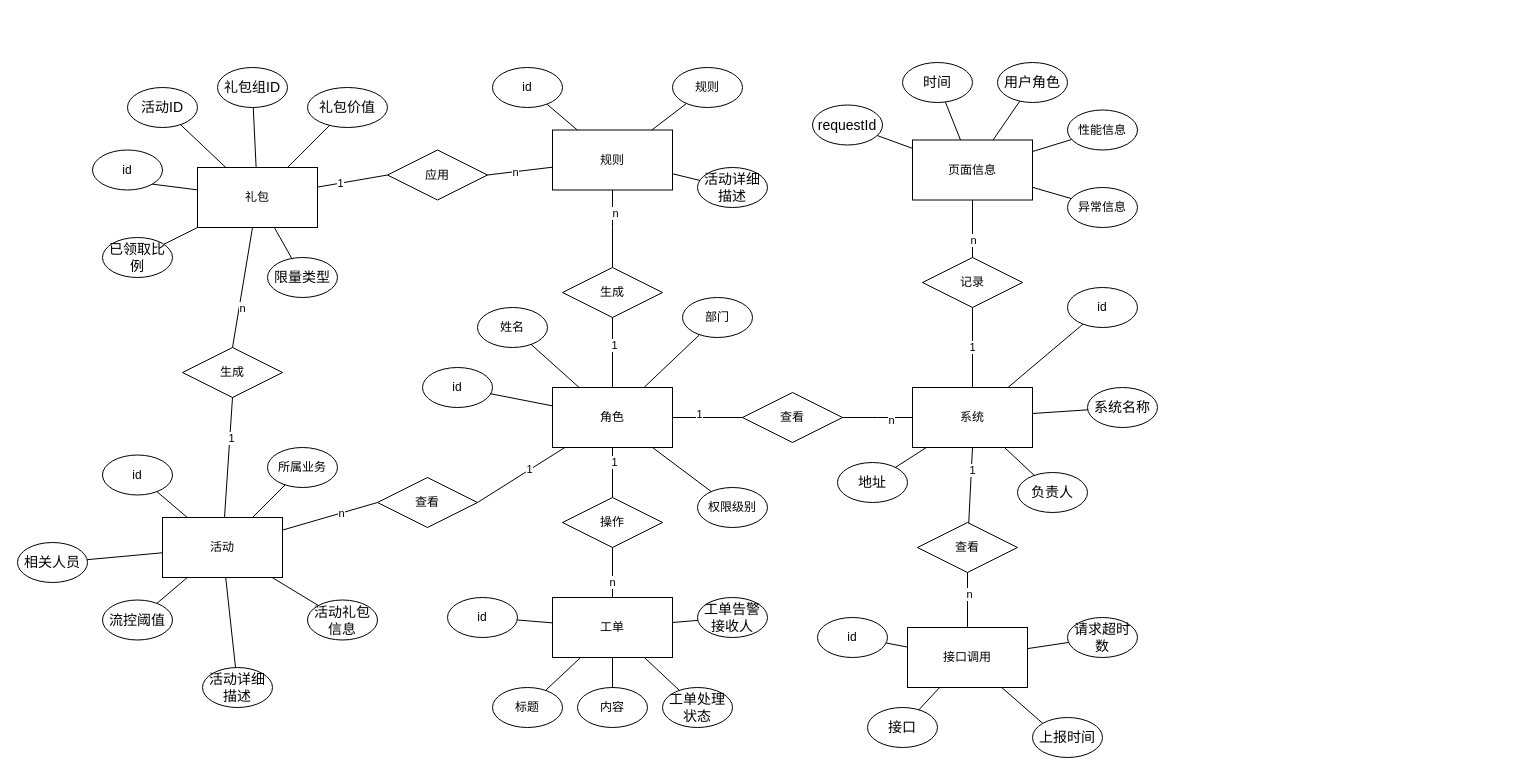
Earlier version of the draw.io diagram 数据库E-R图.drawio (FelixTt/repositoryForDraw.io). Source tidied: cells renumbered, new cells numbered last; positions are measured from the earlier drawing's top-left corner, leaving out a move shared by most shapes. Both pictures are drawn from the tidied source at 100%, with x=0, y=0 at pixel (17, 62).
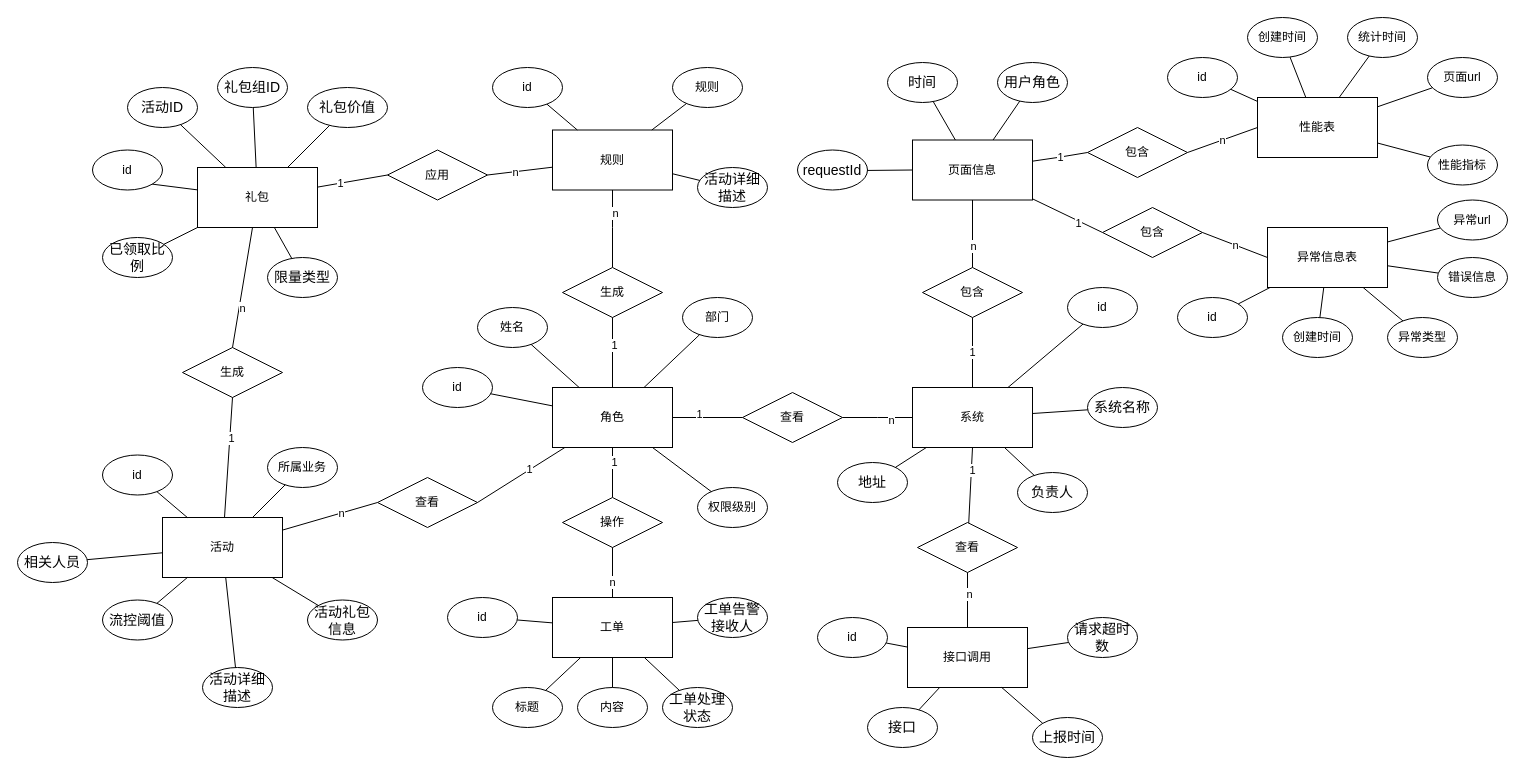
Above is the later version.

Commit message (it also covers changes not shown here):
更新数据库E-R图.drawio

The change refers to these unchanged cells:
```xml
<mxCell id="6" value="页面信息" style="rounded=0;whiteSpace=wrap;html=1;" parent="1" vertex="1">
  <mxGeometry x="895" y="77.5" width="120" height="60" as="geometry" />
</mxCell>
```

What changed in the source:
```diff
@@
-    <mxCell id="38" value="记录" style="rhombus;whiteSpace=wrap;html=1;" parent="1" vertex="1">
-      <mxGeometry x="905" y="195" width="100" height="50" as="geometry" />
+    <mxCell id="38" value="包含" style="rhombus;whiteSpace=wrap;html=1;" parent="1" vertex="1">
+      <mxGeometry x="905" y="205" width="100" height="50" as="geometry" />
     </mxCell>
@@
     <mxCell id="86" value="&lt;p class=&quot;MsoNormal&quot;&gt;&lt;span style=&quot;mso-spacerun:'yes';font-family:宋体;font-size:10.5000pt;&lt;br/&gt;mso-font-kerning:1.0000pt;&quot;&gt;requestId&lt;/span&gt;&lt;/p&gt;" style="ellipse;whiteSpace=wrap;html=1;" parent="1" vertex="1">
-      <mxGeometry x="795" y="42.5" width="70" height="40" as="geometry" />
+      <mxGeometry x="780" y="87.5" width="70" height="40" as="geometry" />
     </mxCell>
     <mxCell id="87" value="&lt;p class=&quot;MsoNormal&quot;&gt;&lt;span style=&quot;mso-spacerun:'yes';font-family:宋体;font-size:10.5000pt;&lt;br/&gt;mso-font-kerning:1.0000pt;&quot;&gt;时间&lt;/span&gt;&lt;/p&gt;" style="ellipse;whiteSpace=wrap;html=1;" parent="1" vertex="1">
-      <mxGeometry x="885" width="70" height="40" as="geometry" />
+      <mxGeometry x="870" width="70" height="40" as="geometry" />
     </mxCell>
@@
-    <mxCell id="89" value="&lt;p class=&quot;MsoNormal&quot;&gt;&lt;span&gt;异常信息&lt;/span&gt;&lt;/p&gt;" style="ellipse;whiteSpace=wrap;html=1;" parent="1" vertex="1">
-      <mxGeometry x="1050" y="125" width="70" height="40" as="geometry" />
-    </mxCell>
@@
-    <mxCell id="93" style="endArrow=none;html=1;rounded=0;" parent="1" edge="1" source="89" target="6">
+    <mxCell id="93" style="endArrow=none;html=1;rounded=0;exitX=0;exitY=0.5;exitDx=0;exitDy=0;" parent="1" edge="1" source="133" target="6">
       <mxGeometry relative="1" as="geometry" />
     </mxCell>
+    <mxCell id="123" value="1" style="edgeLabel;html=1;align=center;verticalAlign=middle;" parent="93" vertex="1">
+      <mxGeometry x="-0.32" y="2" relative="1" as="geometry" />
+    </mxCell>
@@
-    <mxCell id="121" value="&lt;p class=&quot;MsoNormal&quot;&gt;&lt;span&gt;性能信息&lt;/span&gt;&lt;/p&gt;" style="ellipse;whiteSpace=wrap;html=1;" parent="1" vertex="1">
-      <mxGeometry x="1050" y="47.5" width="70" height="40" as="geometry" />
-    </mxCell>
-    <mxCell id="122" style="endArrow=none;html=1;rounded=0;" parent="1" edge="1" source="6" target="121">
+    <mxCell id="122" value="n" style="endArrow=none;html=1;rounded=0;exitX=1;exitY=0.5;exitDx=0;exitDy=0;entryX=0;entryY=0.5;entryDx=0;entryDy=0;" parent="1" edge="1" source="131" target="124">
       <mxGeometry relative="1" as="geometry" />
     </mxCell>
+    <mxCell id="124" value="性能表" style="rounded=0;whiteSpace=wrap;html=1;" parent="1" vertex="1">
+      <mxGeometry x="1240" y="35" width="120" height="60" as="geometry" />
+    </mxCell>
+    <mxCell id="125" value="异常信息表" style="rounded=0;whiteSpace=wrap;html=1;" parent="1" vertex="1">
+      <mxGeometry x="1250" y="165" width="120" height="60" as="geometry" />
+    </mxCell>
+    <mxCell id="126" value="&lt;p class=&quot;MsoNormal&quot;&gt;&lt;span&gt;页面url&lt;/span&gt;&lt;/p&gt;" style="ellipse;whiteSpace=wrap;html=1;" parent="1" vertex="1">
+      <mxGeometry x="1410" y="-5" width="70" height="40" as="geometry" />
+    </mxCell>
+    <mxCell id="127" value="&lt;p class=&quot;MsoNormal&quot;&gt;&lt;span&gt;统计时间&lt;/span&gt;&lt;/p&gt;" style="ellipse;whiteSpace=wrap;html=1;" parent="1" vertex="1">
+      <mxGeometry x="1330" y="-45" width="70" height="40" as="geometry" />
+    </mxCell>
+    <mxCell id="128" value="&lt;p class=&quot;MsoNormal&quot;&gt;&lt;span&gt;创建时间&lt;/span&gt;&lt;/p&gt;" style="ellipse;whiteSpace=wrap;html=1;" parent="1" vertex="1">
+      <mxGeometry x="1230" y="-45" width="70" height="40" as="geometry" />
+    </mxCell>
+    <mxCell id="129" value="&lt;p class=&quot;MsoNormal&quot;&gt;&lt;span&gt;id&lt;/span&gt;&lt;/p&gt;" style="ellipse;whiteSpace=wrap;html=1;" parent="1" vertex="1">
+      <mxGeometry x="1150" y="-5" width="70" height="40" as="geometry" />
+    </mxCell>
+    <mxCell id="130" value="&lt;p class=&quot;MsoNormal&quot;&gt;&lt;span&gt;性能指标&lt;/span&gt;&lt;/p&gt;" style="ellipse;whiteSpace=wrap;html=1;" parent="1" vertex="1">
+      <mxGeometry x="1410" y="82.5" width="70" height="40" as="geometry" />
+    </mxCell>
+    <mxCell id="131" value="包含" style="rhombus;whiteSpace=wrap;html=1;" parent="1" vertex="1">
+      <mxGeometry x="1070" y="65" width="100" height="50" as="geometry" />
+    </mxCell>
+    <mxCell id="132" value="1" style="endArrow=none;html=1;rounded=0;entryX=0;entryY=0.5;entryDx=0;entryDy=0;" parent="1" edge="1" source="6" target="131">
+      <mxGeometry relative="1" as="geometry">
+        <Array as="points">
+          <mxPoint x="1040" y="95" />
+        </Array>
+      </mxGeometry>
+    </mxCell>
+    <mxCell id="133" value="包含" style="rhombus;whiteSpace=wrap;html=1;" parent="1" vertex="1">
+      <mxGeometry x="1085" y="145" width="100" height="50" as="geometry" />
+    </mxCell>
+    <mxCell id="134" value="n" style="endArrow=none;html=1;rounded=0;entryX=0;entryY=0.5;entryDx=0;entryDy=0;exitX=1;exitY=0.5;exitDx=0;exitDy=0;" parent="1" edge="1" source="133" target="125">
+      <mxGeometry relative="1" as="geometry" />
+    </mxCell>
+    <mxCell id="135" style="endArrow=none;html=1;rounded=0;" parent="1" edge="1" source="129" target="124">
+      <mxGeometry relative="1" as="geometry" />
+    </mxCell>
+    <mxCell id="136" style="endArrow=none;html=1;rounded=0;" parent="1" edge="1" source="128" target="124">
+      <mxGeometry relative="1" as="geometry" />
+    </mxCell>
+    <mxCell id="137" style="endArrow=none;html=1;rounded=0;" parent="1" edge="1" source="127" target="124">
+      <mxGeometry relative="1" as="geometry" />
+    </mxCell>
+    <mxCell id="138" style="endArrow=none;html=1;rounded=0;" parent="1" edge="1" source="126" target="124">
+      <mxGeometry relative="1" as="geometry" />
+    </mxCell>
+    <mxCell id="139" style="endArrow=none;html=1;rounded=0;" parent="1" edge="1" source="130" target="124">
+      <mxGeometry relative="1" as="geometry" />
+    </mxCell>
+    <mxCell id="140" value="&lt;p class=&quot;MsoNormal&quot;&gt;&lt;span&gt;id&lt;/span&gt;&lt;/p&gt;" style="ellipse;whiteSpace=wrap;html=1;" parent="1" vertex="1">
+      <mxGeometry x="1160" y="235" width="70" height="40" as="geometry" />
+    </mxCell>
+    <mxCell id="141" style="endArrow=none;html=1;rounded=0;" parent="1" edge="1" source="140" target="125">
+      <mxGeometry relative="1" as="geometry" />
+    </mxCell>
+    <mxCell id="142" value="&lt;p class=&quot;MsoNormal&quot;&gt;&lt;span&gt;创建时间&lt;/span&gt;&lt;/p&gt;" style="ellipse;whiteSpace=wrap;html=1;" parent="1" vertex="1">
+      <mxGeometry x="1265" y="255" width="70" height="40" as="geometry" />
+    </mxCell>
+    <mxCell id="143" value="&lt;p class=&quot;MsoNormal&quot;&gt;&lt;span&gt;异常类型&lt;/span&gt;&lt;/p&gt;" style="ellipse;whiteSpace=wrap;html=1;" parent="1" vertex="1">
+      <mxGeometry x="1370" y="255" width="70" height="40" as="geometry" />
+    </mxCell>
+    <mxCell id="144" value="&lt;p class=&quot;MsoNormal&quot;&gt;&lt;span&gt;异常url&lt;/span&gt;&lt;/p&gt;" style="ellipse;whiteSpace=wrap;html=1;" parent="1" vertex="1">
+      <mxGeometry x="1420" y="137.5" width="70" height="40" as="geometry" />
+    </mxCell>
+    <mxCell id="145" style="endArrow=none;html=1;rounded=0;" parent="1" edge="1" source="142" target="125">
+      <mxGeometry relative="1" as="geometry" />
+    </mxCell>
+    <mxCell id="146" style="endArrow=none;html=1;rounded=0;" parent="1" edge="1" source="143" target="125">
+      <mxGeometry relative="1" as="geometry" />
+    </mxCell>
+    <mxCell id="147" style="endArrow=none;html=1;rounded=0;" parent="1" edge="1" source="144" target="125">
+      <mxGeometry relative="1" as="geometry" />
+    </mxCell>
+    <mxCell id="148" value="&lt;p class=&quot;MsoNormal&quot;&gt;&lt;span&gt;错误信息&lt;/span&gt;&lt;/p&gt;" style="ellipse;whiteSpace=wrap;html=1;" parent="1" vertex="1">
+      <mxGeometry x="1420" y="195" width="70" height="40" as="geometry" />
+    </mxCell>
+    <mxCell id="149" style="endArrow=none;html=1;rounded=0;" parent="1" edge="1" source="148" target="125">
+      <mxGeometry relative="1" as="geometry" />
+    </mxCell>
```
